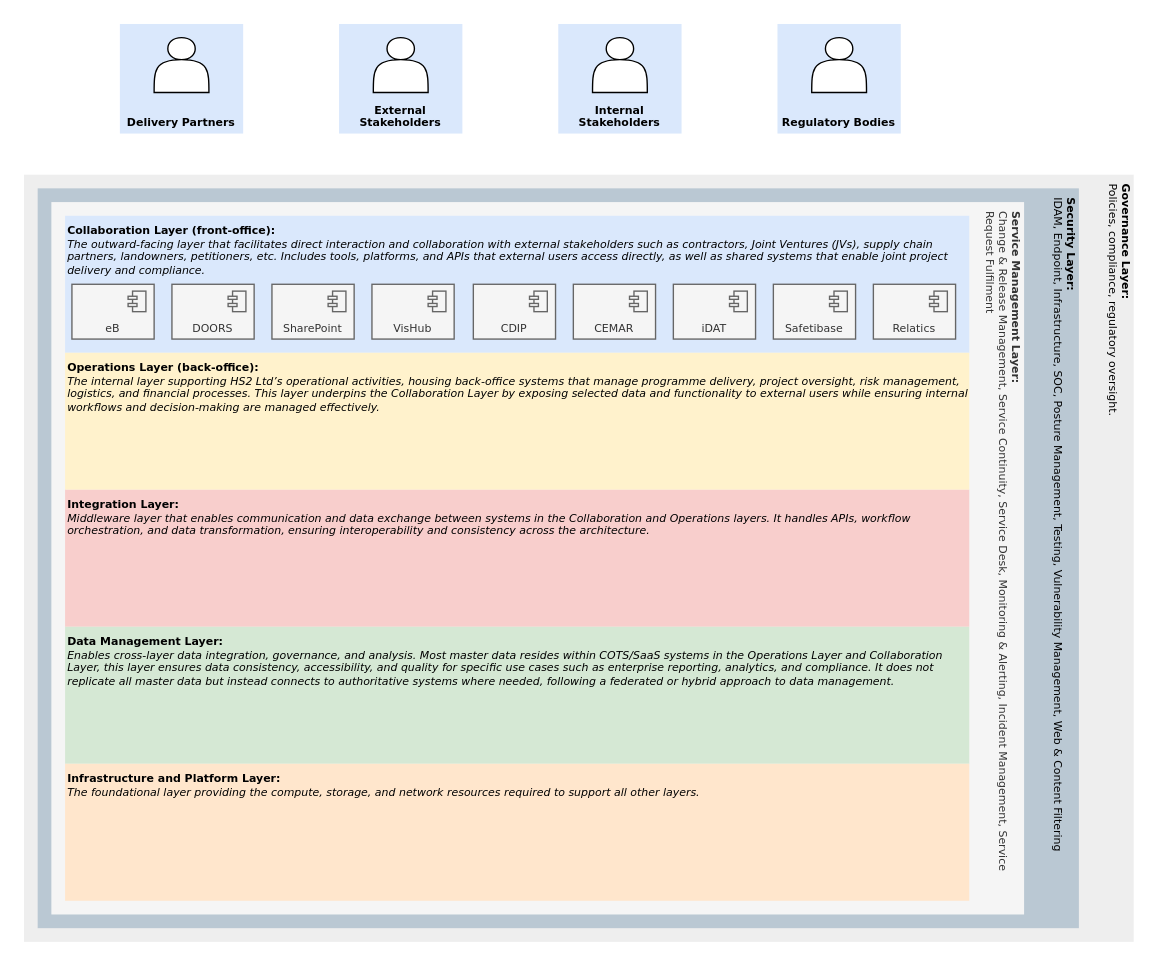
martinlt/reference keeps this draw.io diagram as page "Reference Architecture" (1 of 16) of Orbus Designs.drawio. Above is the earlier version. Source tidied: cells renumbered, new cells numbered last; positions are measured from the earlier drawing's top-left corner, leaving out a move shared by most shapes. Both pictures are drawn from the tidied source at 137%, with x=0, y=0 at pixel (23, 23).
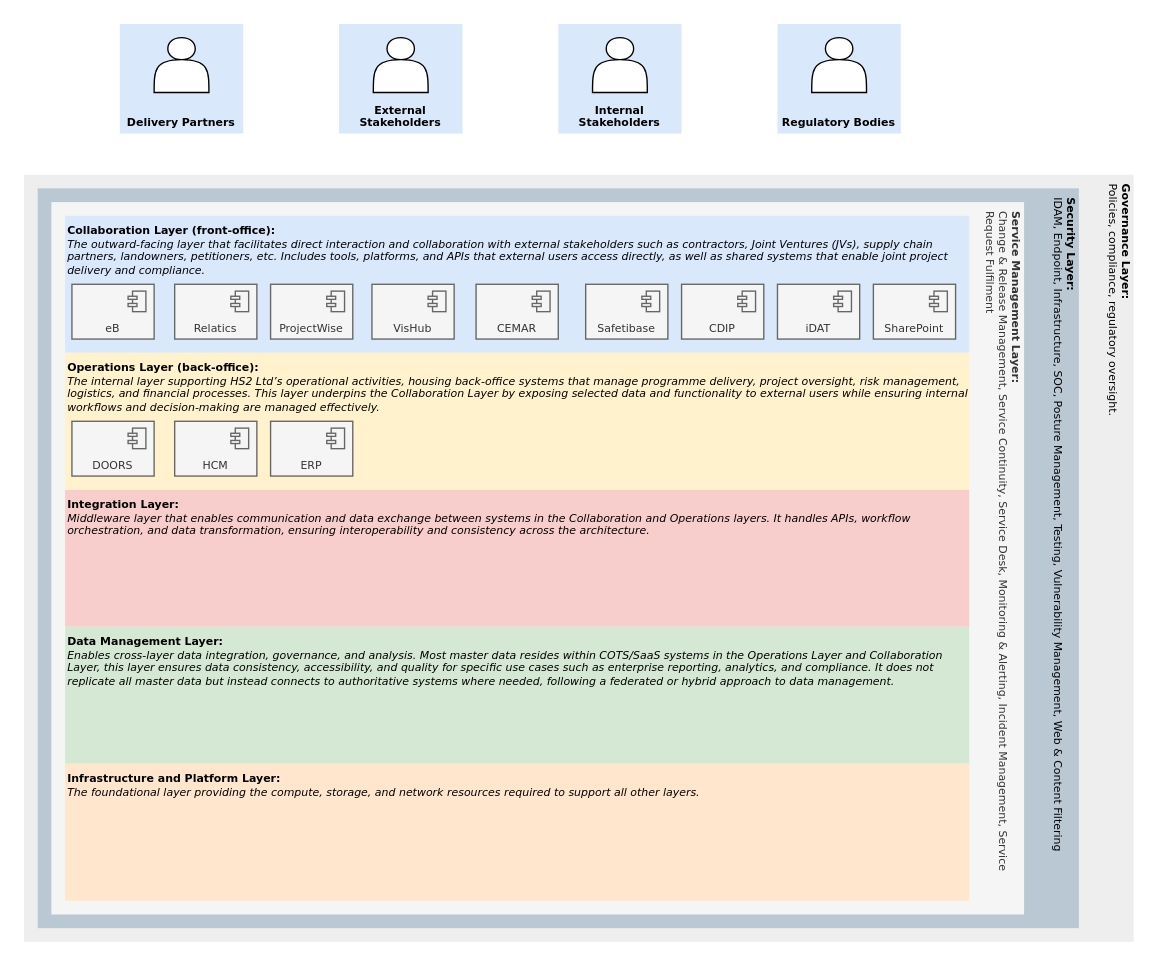
Above is the later version.

Change to the diagram source:
```diff
@@
     <mxCell id="19" value="DOORS" style="html=1;whiteSpace=wrap;fillColor=#f5f5f5;shape=mxgraph.archimate.application;appType=comp;fontColor=#333333;strokeColor=#666666;fontSize=8;fontFamily=Verdana;verticalAlign=bottom;" parent="1" vertex="1">
-      <mxGeometry x="108" y="190" width="60" height="40" as="geometry" />
+      <mxGeometry x="35" y="290" width="60" height="40" as="geometry" />
     </mxCell>
     <mxCell id="20" value="SharePoint" style="html=1;whiteSpace=wrap;fillColor=#f5f5f5;shape=mxgraph.archimate.application;appType=comp;fontColor=#333333;strokeColor=#666666;fontSize=8;fontFamily=Verdana;verticalAlign=bottom;" parent="1" vertex="1">
-      <mxGeometry x="181" y="190" width="60" height="40" as="geometry" />
+      <mxGeometry x="620" y="190" width="60" height="40" as="geometry" />
     </mxCell>
@@
     <mxCell id="22" value="CDIP" style="html=1;whiteSpace=wrap;fillColor=#f5f5f5;shape=mxgraph.archimate.application;appType=comp;fontColor=#333333;strokeColor=#666666;fontSize=8;fontFamily=Verdana;verticalAlign=bottom;" parent="1" vertex="1">
-      <mxGeometry x="328" y="190" width="60" height="40" as="geometry" />
+      <mxGeometry x="480" y="190" width="60" height="40" as="geometry" />
     </mxCell>
     <mxCell id="23" value="CEMAR" style="html=1;whiteSpace=wrap;fillColor=#f5f5f5;shape=mxgraph.archimate.application;appType=comp;fontColor=#333333;strokeColor=#666666;fontSize=8;fontFamily=Verdana;verticalAlign=bottom;" parent="1" vertex="1">
-      <mxGeometry x="401" y="190" width="60" height="40" as="geometry" />
+      <mxGeometry x="330" y="190" width="60" height="40" as="geometry" />
     </mxCell>
     <mxCell id="24" value="iDAT" style="html=1;whiteSpace=wrap;fillColor=#f5f5f5;shape=mxgraph.archimate.application;appType=comp;fontColor=#333333;strokeColor=#666666;fontSize=8;fontFamily=Verdana;verticalAlign=bottom;" parent="1" vertex="1">
-      <mxGeometry x="474" y="190" width="60" height="40" as="geometry" />
+      <mxGeometry x="550" y="190" width="60" height="40" as="geometry" />
     </mxCell>
     <mxCell id="25" value="Safetibase" style="html=1;whiteSpace=wrap;fillColor=#f5f5f5;shape=mxgraph.archimate.application;appType=comp;fontColor=#333333;strokeColor=#666666;fontSize=8;fontFamily=Verdana;verticalAlign=bottom;" parent="1" vertex="1">
-      <mxGeometry x="547" y="190" width="60" height="40" as="geometry" />
+      <mxGeometry x="410" y="190" width="60" height="40" as="geometry" />
     </mxCell>
     <mxCell id="26" value="Relatics" style="html=1;whiteSpace=wrap;fillColor=#f5f5f5;shape=mxgraph.archimate.application;appType=comp;fontColor=#333333;strokeColor=#666666;fontSize=8;fontFamily=Verdana;verticalAlign=bottom;" parent="1" vertex="1">
-      <mxGeometry x="620" y="190" width="60" height="40" as="geometry" />
+      <mxGeometry x="110" y="190" width="60" height="40" as="geometry" />
     </mxCell>
+    <mxCell id="27" value="ProjectWise" style="html=1;whiteSpace=wrap;fillColor=#f5f5f5;shape=mxgraph.archimate.application;appType=comp;fontColor=#333333;strokeColor=#666666;fontSize=8;fontFamily=Verdana;verticalAlign=bottom;" parent="1" vertex="1">
+      <mxGeometry x="180" y="190" width="60" height="40" as="geometry" />
+    </mxCell>
+    <mxCell id="28" value="HCM" style="html=1;whiteSpace=wrap;fillColor=#f5f5f5;shape=mxgraph.archimate.application;appType=comp;fontColor=#333333;strokeColor=#666666;fontSize=8;fontFamily=Verdana;verticalAlign=bottom;" parent="1" vertex="1">
+      <mxGeometry x="110" y="290" width="60" height="40" as="geometry" />
+    </mxCell>
+    <mxCell id="29" value="ERP" style="html=1;whiteSpace=wrap;fillColor=#f5f5f5;shape=mxgraph.archimate.application;appType=comp;fontColor=#333333;strokeColor=#666666;fontSize=8;fontFamily=Verdana;verticalAlign=bottom;" parent="1" vertex="1">
+      <mxGeometry x="180" y="290" width="60" height="40" as="geometry" />
+    </mxCell>
```
